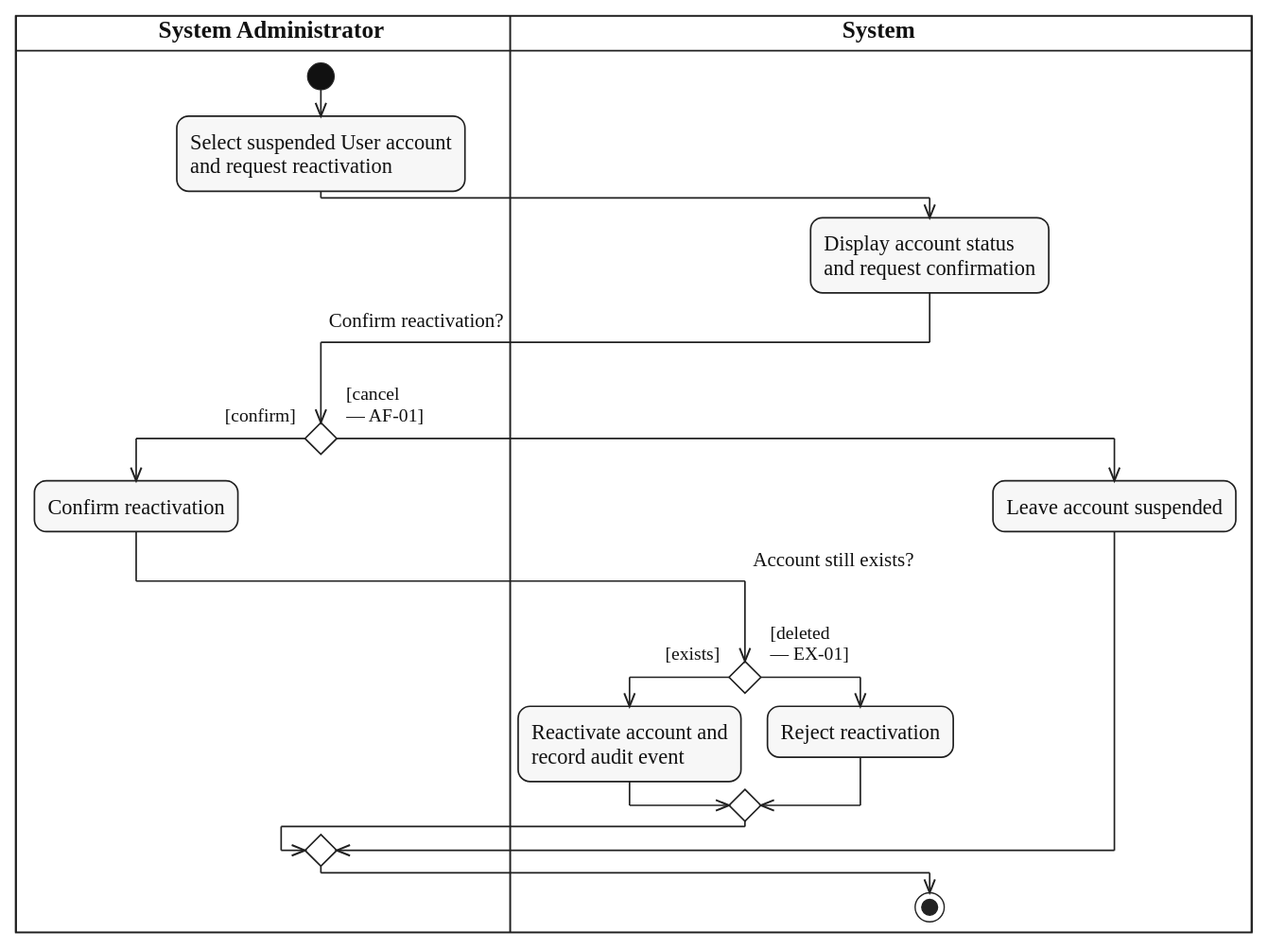
The PlantUML diagram diagrams/activity/system-administration/svg/UC-USER-ACCOUNT-REACTIVATE.svg in lukenab/swd392-doc-automation, before a commit. Its source is kept beside it as diagrams/activity/system-administration/source/UC-USER-ACCOUNT-REACTIVATE.puml.
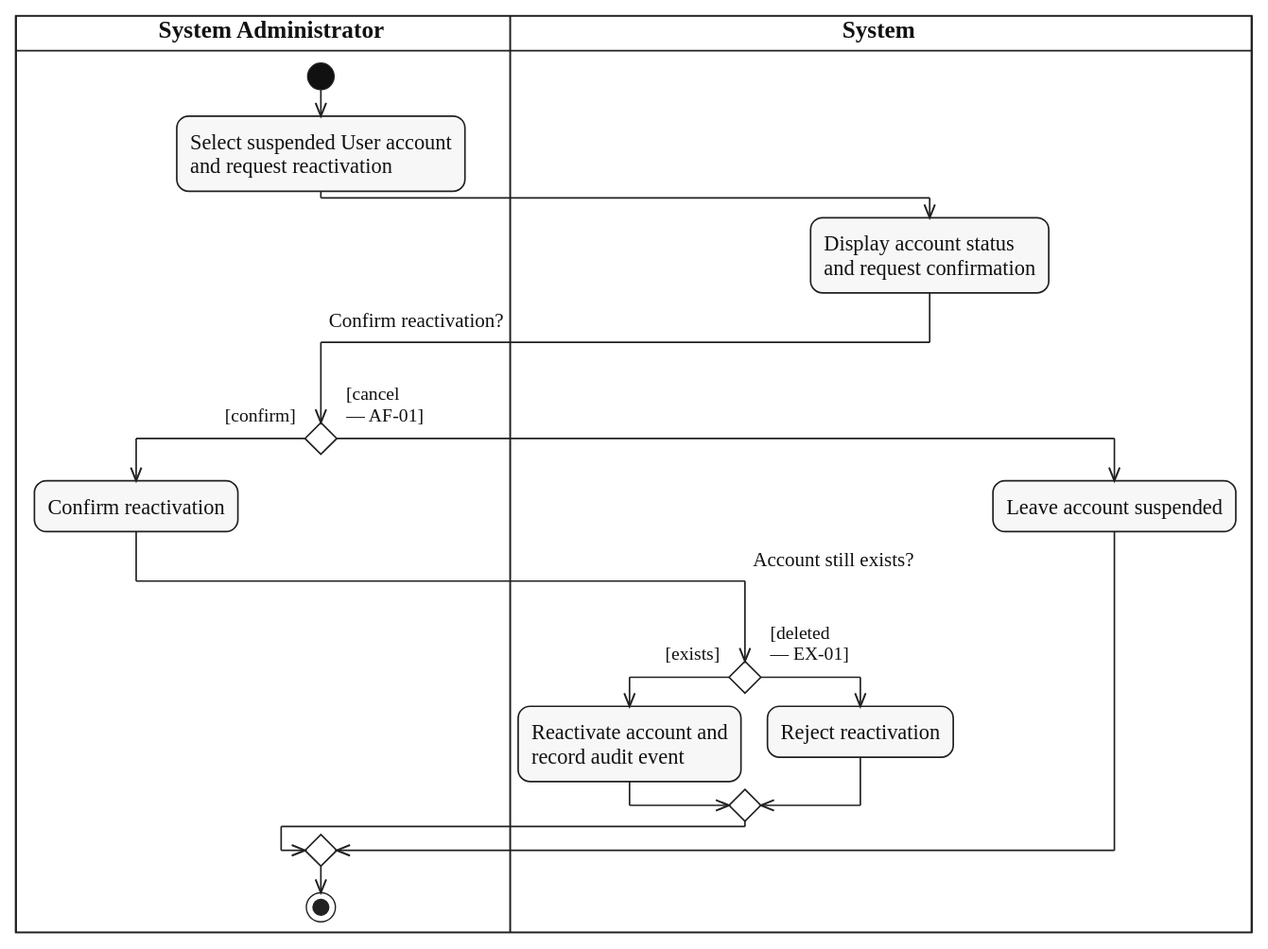
After the change.

Commit message:
docs(activity): place the final under the last merge in UC-32.3

The last merge sits under the actor's decision, in the actor lane, while the final was declared in the System lane, so the flow crossed to System only to reach the final. The final now sits in the same lane as the last merge; actions, decisions and guards are unchanged.

Diff of the diagram source:
```diff
@@ -24,6 +24,6 @@
   |SYS|
   :Leave account suspended;
 endif
-|SYS|
+|ADM|
 stop
 @enduml
```
